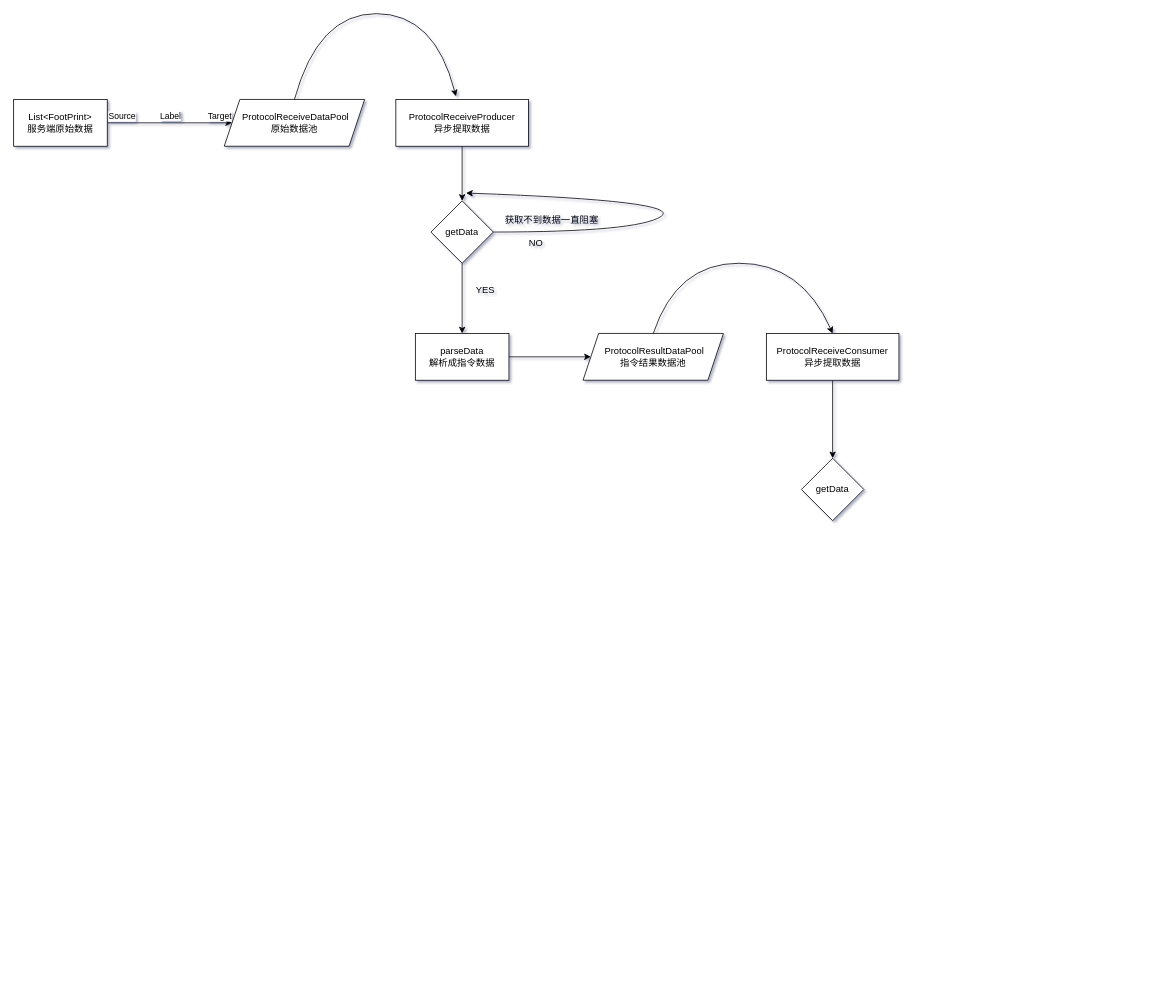
Xman-zhangsj/drawio keeps this draw.io diagram as flowchart/异步解析协议数据.drawio. Above is the earlier version. Source tidied: cells renumbered, new cells numbered last; positions are measured from the earlier drawing's top-left corner, leaving out a move shared by most shapes. Both pictures are drawn from the tidied source at 78%, with x=0, y=0 at pixel (13, 13).
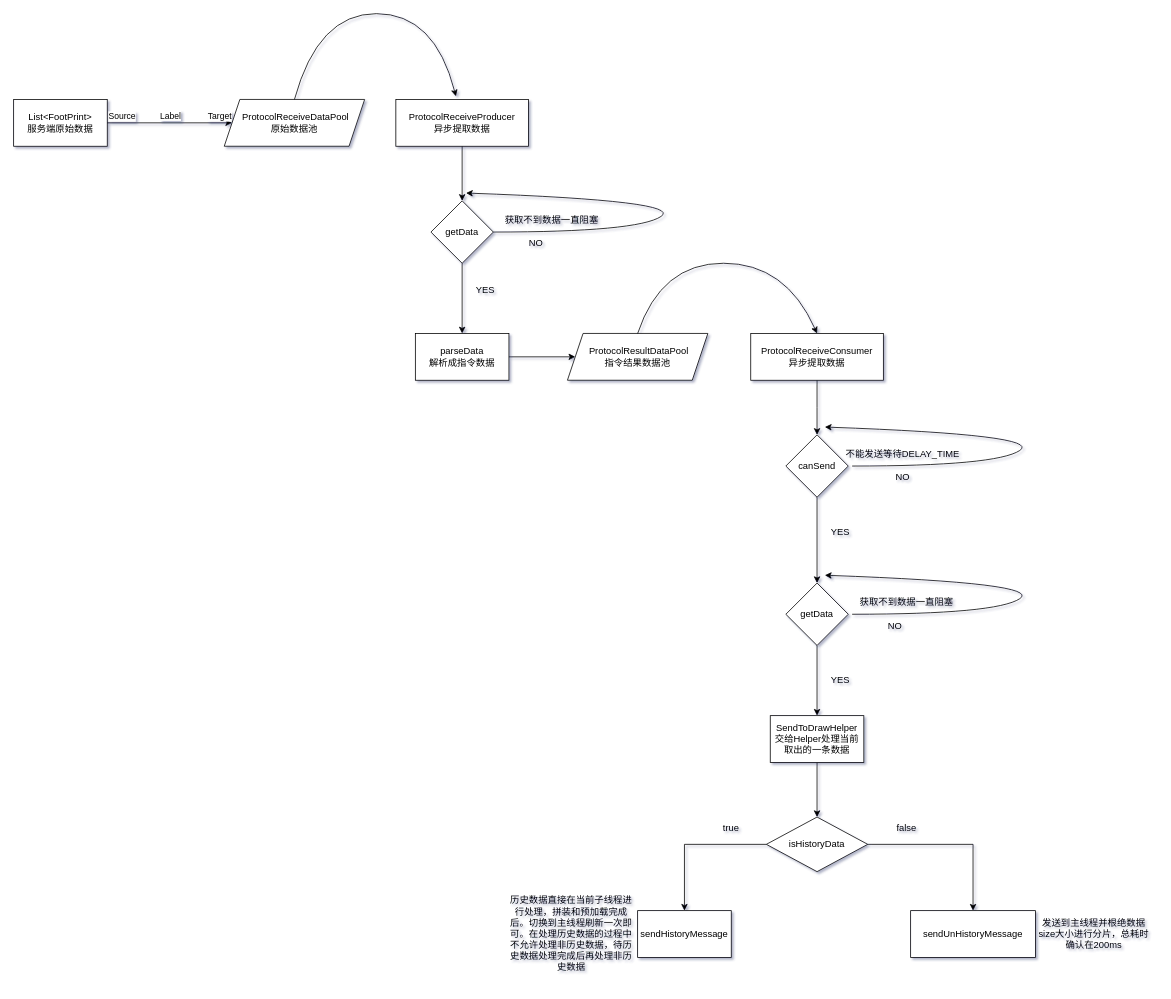
The same page after the edit.

Commit message:
更新异步解析协议数据.drawio

Change to the diagram source:
```diff
@@
     <mxCell id="18" value="&lt;span&gt;&amp;nbsp;&lt;/span&gt;ProtocolResultDataPool&lt;br&gt;&lt;span&gt;指令结果数据池&lt;/span&gt;" style="shape=parallelogram;perimeter=parallelogramPerimeter;whiteSpace=wrap;html=1;fixedSize=1;" parent="1" vertex="1">
-      <mxGeometry x="730" y="410" width="180" height="60" as="geometry" />
+      <mxGeometry x="710" y="410" width="180" height="60" as="geometry" />
     </mxCell>
@@
-    <mxCell id="20" style="edgeStyle=orthogonalEdgeStyle;rounded=0;jettySize=auto;html=1;" parent="1" edge="1" source="21" target="23">
-      <mxGeometry relative="1" as="geometry" />
+    <mxCell id="20" style="edgeStyle=orthogonalEdgeStyle;rounded=0;jettySize=auto;html=1;" parent="1" edge="1" source="21">
+      <mxGeometry relative="1" as="geometry">
+        <mxPoint x="1030" y="540" as="targetPoint" />
+      </mxGeometry>
     </mxCell>
     <mxCell id="21" value="ProtocolReceiveConsumer&lt;br&gt;异步提取数据" style="rounded=0;whiteSpace=wrap;html=1;" parent="1" vertex="1">
-      <mxGeometry x="965" y="410" width="170" height="60" as="geometry" />
+      <mxGeometry x="945" y="410" width="170" height="60" as="geometry" />
     </mxCell>
     <mxCell id="22" style="curved=1;endArrow=classic;html=1;rounded=0;exitX=0.5;exitY=0;exitDx=0;exitDy=0;entryX=0.5;entryY=0;entryDx=0;entryDy=0;" parent="1" edge="1" source="18" target="21">
       <mxGeometry relative="1" as="geometry">
         <Array as="points">
-          <mxPoint x="850" y="320" />
-          <mxPoint x="1010" y="320" />
+          <mxPoint x="830" y="320" />
+          <mxPoint x="990" y="320" />
         </Array>
       </mxGeometry>
     </mxCell>
+    <mxCell id="24" style="edgeStyle=orthogonalEdgeStyle;rounded=0;jettySize=auto;html=1;" parent="1" edge="1" source="23" target="26">
+      <mxGeometry relative="1" as="geometry" />
+    </mxCell>
     <mxCell id="23" value="getData" style="rhombus;whiteSpace=wrap;html=1;rounded=0;" parent="1" vertex="1">
-      <mxGeometry x="1010" y="570" width="80" height="80" as="geometry" />
+      <mxGeometry x="990" y="730" width="80" height="80" as="geometry" />
     </mxCell>
+    <mxCell id="25" style="edgeStyle=orthogonalEdgeStyle;rounded=0;jettySize=auto;html=1;" parent="1" edge="1" source="26" target="33">
+      <mxGeometry relative="1" as="geometry" />
+    </mxCell>
+    <mxCell id="26" value="SendToDrawHelper&lt;br&gt;交给Helper处理当前取出的一条数据" style="whiteSpace=wrap;html=1;rounded=0;" parent="1" vertex="1">
+      <mxGeometry x="970" y="900" width="120" height="60" as="geometry" />
+    </mxCell>
+    <mxCell id="27" value="YES" style="text;html=1;strokeColor=none;fillColor=none;align=center;verticalAlign=middle;whiteSpace=wrap;rounded=0;" parent="1" vertex="1">
+      <mxGeometry x="1030" y="840" width="60" height="30" as="geometry" />
+    </mxCell>
+    <mxCell id="28" value="NO" style="text;html=1;strokeColor=none;fillColor=none;align=center;verticalAlign=middle;whiteSpace=wrap;rounded=0;" parent="1" vertex="1">
+      <mxGeometry x="1100" y="770" width="60" height="30" as="geometry" />
+    </mxCell>
+    <mxCell id="29" style="curved=1;endArrow=classic;html=1;rounded=0;" parent="1" edge="1">
+      <mxGeometry relative="1" as="geometry">
+        <mxPoint x="1075" y="770" as="sourcePoint" />
+        <mxPoint x="1040" y="720" as="targetPoint" />
+        <Array as="points">
+          <mxPoint x="1260" y="770" />
+          <mxPoint x="1320" y="730" />
+        </Array>
+      </mxGeometry>
+    </mxCell>
+    <mxCell id="30" value="获取不到数据一直阻塞" style="text;html=1;strokeColor=none;fillColor=none;align=center;verticalAlign=middle;whiteSpace=wrap;rounded=0;" parent="1" vertex="1">
+      <mxGeometry x="1070" y="740" width="150" height="30" as="geometry" />
+    </mxCell>
+    <mxCell id="31" style="edgeStyle=orthogonalEdgeStyle;rounded=0;jettySize=auto;html=1;" parent="1" edge="1" source="33" target="40">
+      <mxGeometry relative="1" as="geometry" />
+    </mxCell>
+    <mxCell id="32" style="edgeStyle=orthogonalEdgeStyle;rounded=0;jettySize=auto;html=1;" parent="1" edge="1" source="33" target="41">
+      <mxGeometry relative="1" as="geometry" />
+    </mxCell>
+    <mxCell id="33" value="isHistoryData" style="rhombus;whiteSpace=wrap;html=1;rounded=0;" parent="1" vertex="1">
+      <mxGeometry x="965" y="1030" width="130" height="70" as="geometry" />
+    </mxCell>
+    <mxCell id="34" style="edgeStyle=orthogonalEdgeStyle;rounded=0;jettySize=auto;html=1;" parent="1" edge="1" source="35" target="23">
+      <mxGeometry relative="1" as="geometry" />
+    </mxCell>
+    <mxCell id="35" value="canSend" style="rhombus;whiteSpace=wrap;html=1;" parent="1" vertex="1">
+      <mxGeometry x="990" y="540" width="80" height="80" as="geometry" />
+    </mxCell>
+    <mxCell id="36" style="curved=1;endArrow=classic;html=1;rounded=0;" parent="1" edge="1">
+      <mxGeometry relative="1" as="geometry">
+        <mxPoint x="1075" y="580" as="sourcePoint" />
+        <mxPoint x="1040" y="530" as="targetPoint" />
+        <Array as="points">
+          <mxPoint x="1260" y="580" />
+          <mxPoint x="1320" y="540" />
+        </Array>
+      </mxGeometry>
+    </mxCell>
+    <mxCell id="37" value="YES" style="text;html=1;strokeColor=none;fillColor=none;align=center;verticalAlign=middle;whiteSpace=wrap;rounded=0;" parent="1" vertex="1">
+      <mxGeometry x="1030" y="650" width="60" height="30" as="geometry" />
+    </mxCell>
+    <mxCell id="38" value="NO" style="text;html=1;strokeColor=none;fillColor=none;align=center;verticalAlign=middle;whiteSpace=wrap;rounded=0;" parent="1" vertex="1">
+      <mxGeometry x="1110" y="580" width="60" height="30" as="geometry" />
+    </mxCell>
+    <mxCell id="39" value="不能发送等待DELAY_TIME" style="text;html=1;strokeColor=none;fillColor=none;align=center;verticalAlign=middle;whiteSpace=wrap;rounded=0;" parent="1" vertex="1">
+      <mxGeometry x="1065" y="550" width="150" height="30" as="geometry" />
+    </mxCell>
+    <mxCell id="40" value="sendUnHistoryMessage" style="whiteSpace=wrap;html=1;rounded=0;" parent="1" vertex="1">
+      <mxGeometry x="1150" y="1150" width="160" height="60" as="geometry" />
+    </mxCell>
+    <mxCell id="41" value="sendHistoryMessage" style="whiteSpace=wrap;html=1;rounded=0;" parent="1" vertex="1">
+      <mxGeometry x="800" y="1150" width="120" height="60" as="geometry" />
+    </mxCell>
+    <mxCell id="42" value="true" style="text;html=1;strokeColor=none;fillColor=none;align=center;verticalAlign=middle;whiteSpace=wrap;rounded=0;" parent="1" vertex="1">
+      <mxGeometry x="890" y="1030" width="60" height="30" as="geometry" />
+    </mxCell>
+    <mxCell id="43" value="false" style="text;html=1;strokeColor=none;fillColor=none;align=center;verticalAlign=middle;whiteSpace=wrap;rounded=0;" parent="1" vertex="1">
+      <mxGeometry x="1115" y="1030" width="60" height="30" as="geometry" />
+    </mxCell>
+    <mxCell id="44" value="发送到主线程并根绝数据size大小进行分片，总耗时确认在200ms" style="text;html=1;strokeColor=none;fillColor=none;align=center;verticalAlign=middle;whiteSpace=wrap;rounded=0;" parent="1" vertex="1">
+      <mxGeometry x="1310" y="1150" width="150" height="60" as="geometry" />
+    </mxCell>
+    <mxCell id="45" value="历史数据直接在当前子线程进行处理，拼装和预加载完成后。切换到主线程刷新一次即可。在处理历史数据的过程中不允许处理非历史数据，待历史数据处理完成后再处理非历史数据" style="text;html=1;strokeColor=none;fillColor=none;align=center;verticalAlign=middle;whiteSpace=wrap;rounded=0;" parent="1" vertex="1">
+      <mxGeometry x="635" y="1120" width="160" height="120" as="geometry" />
+    </mxCell>
```
